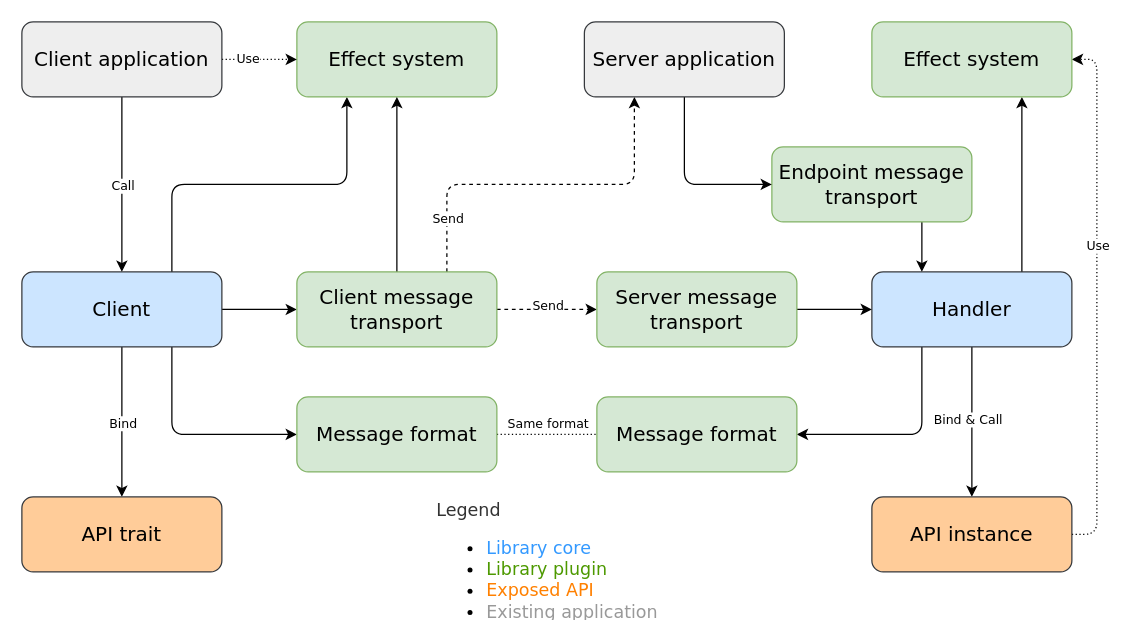
martin-ockajak/automorph keeps this draw.io diagram as doc/diagrams/architecture.drawio. Above is the earlier version. Source tidied: cells renumbered, new cells numbered last; positions are measured from the earlier drawing's top-left corner, leaving out a move shared by most shapes. Both pictures are drawn from the tidied source at 125%, with x=0, y=0 at pixel (21, 21).
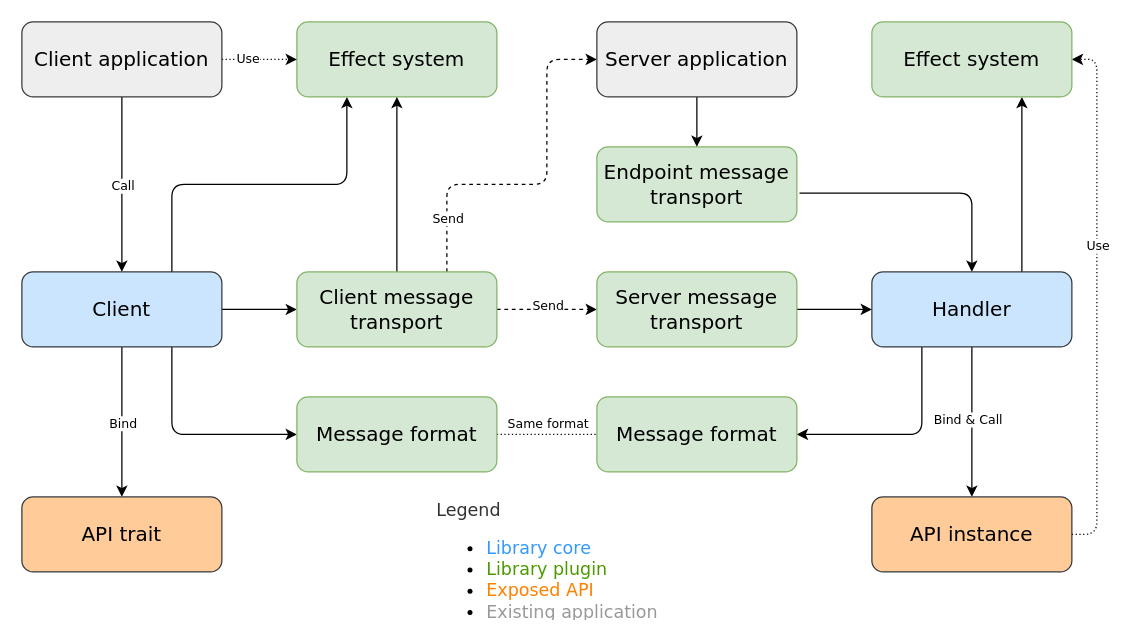
After the change.

The change refers to these unchanged cells:
```xml
<mxCell id="12" value="&lt;font style=&quot;font-size: 16px;&quot;&gt;Handler&lt;/font&gt;" style="rounded=1;whiteSpace=wrap;html=1;fillColor=#cce5ff;strokeColor=#36393d;fontFamily=Verdana;fontSize=16;" parent="1" vertex="1">
  <mxGeometry x="680" y="200" width="160" height="60" as="geometry" />
</mxCell>
<mxCell id="20" value="&lt;font style=&quot;font-size: 16px&quot;&gt;Client message transport&lt;/font&gt;" style="rounded=1;whiteSpace=wrap;html=1;fillColor=#d5e8d4;strokeColor=#82b366;fontFamily=Verdana;fontSize=16;" parent="1" vertex="1">
  <mxGeometry x="220" y="200" width="160" height="60" as="geometry" />
</mxCell>
```

The edit, as a diff of the source:
```diff
@@
-    <mxCell id="18" style="edgeStyle=orthogonalEdgeStyle;rounded=1;jettySize=auto;html=1;exitX=0.75;exitY=0;exitDx=0;exitDy=0;fontFamily=Verdana;fontSize=16;dashed=1;entryX=0.25;entryY=1;entryDx=0;entryDy=0;" parent="1" edge="1" source="20" target="29">
+    <mxCell id="18" style="edgeStyle=orthogonalEdgeStyle;rounded=1;jettySize=auto;html=1;exitX=0.75;exitY=0;exitDx=0;exitDy=0;fontFamily=Verdana;fontSize=16;dashed=1;entryX=0;entryY=0.5;entryDx=0;entryDy=0;" parent="1" edge="1" source="20" target="29">
       <mxGeometry relative="1" as="geometry">
         <Array as="points">
           <mxPoint x="340" y="130" />
-          <mxPoint x="490" y="130" />
+          <mxPoint x="420" y="130" />
+          <mxPoint x="420" y="30" />
         </Array>
       </mxGeometry>
     </mxCell>
@@
-    <mxCell id="23" style="edgeStyle=orthogonalEdgeStyle;rounded=1;jettySize=auto;html=1;exitX=0.75;exitY=1;exitDx=0;exitDy=0;entryX=0.25;entryY=0;entryDx=0;entryDy=0;fontFamily=Verdana;fontSize=16;strokeColor=#000000;" parent="1" edge="1" source="24" target="12">
+    <mxCell id="23" style="edgeStyle=orthogonalEdgeStyle;rounded=1;jettySize=auto;html=1;exitX=1.013;exitY=0.617;exitDx=0;exitDy=0;entryX=0.5;entryY=0;entryDx=0;entryDy=0;fontFamily=Verdana;fontSize=16;strokeColor=#000000;exitPerimeter=0;" parent="1" edge="1" source="24" target="12">
       <mxGeometry relative="1" as="geometry" />
     </mxCell>
     <mxCell id="24" value="&lt;font style=&quot;font-size: 16px&quot;&gt;Endpoint message transport&lt;/font&gt;" style="rounded=1;whiteSpace=wrap;html=1;fillColor=#d5e8d4;strokeColor=#82b366;fontFamily=Verdana;fontSize=16;" parent="1" vertex="1">
-      <mxGeometry x="600" y="100" width="160" height="60" as="geometry" />
+      <mxGeometry x="460" y="100" width="160" height="60" as="geometry" />
     </mxCell>
@@
-    <mxCell id="28" style="edgeStyle=orthogonalEdgeStyle;rounded=1;jettySize=auto;html=1;fontFamily=Verdana;fontSize=16;strokeColor=#000000;entryX=0;entryY=0.5;entryDx=0;entryDy=0;" parent="1" edge="1" source="29" target="24">
+    <mxCell id="28" style="edgeStyle=orthogonalEdgeStyle;rounded=1;jettySize=auto;html=1;fontFamily=Verdana;fontSize=16;strokeColor=#000000;" parent="1" edge="1" source="29" target="24">
       <mxGeometry relative="1" as="geometry" />
     </mxCell>
     <mxCell id="29" value="&lt;font style=&quot;font-size: 16px&quot;&gt;Server application&lt;/font&gt;" style="rounded=1;whiteSpace=wrap;html=1;fillColor=#eeeeee;strokeColor=#36393d;fontFamily=Verdana;fontSize=16;" parent="1" vertex="1">
-      <mxGeometry x="450" width="160" height="60" as="geometry" />
+      <mxGeometry x="460" width="160" height="60" as="geometry" />
     </mxCell>
```
